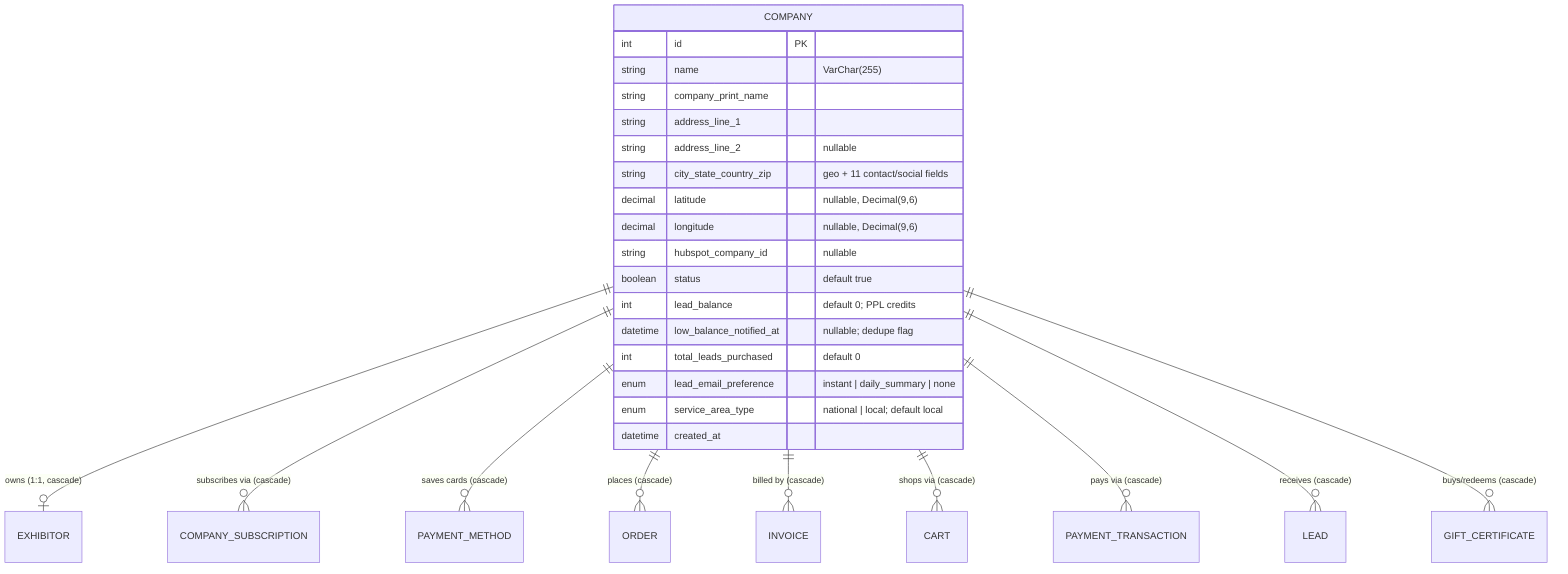
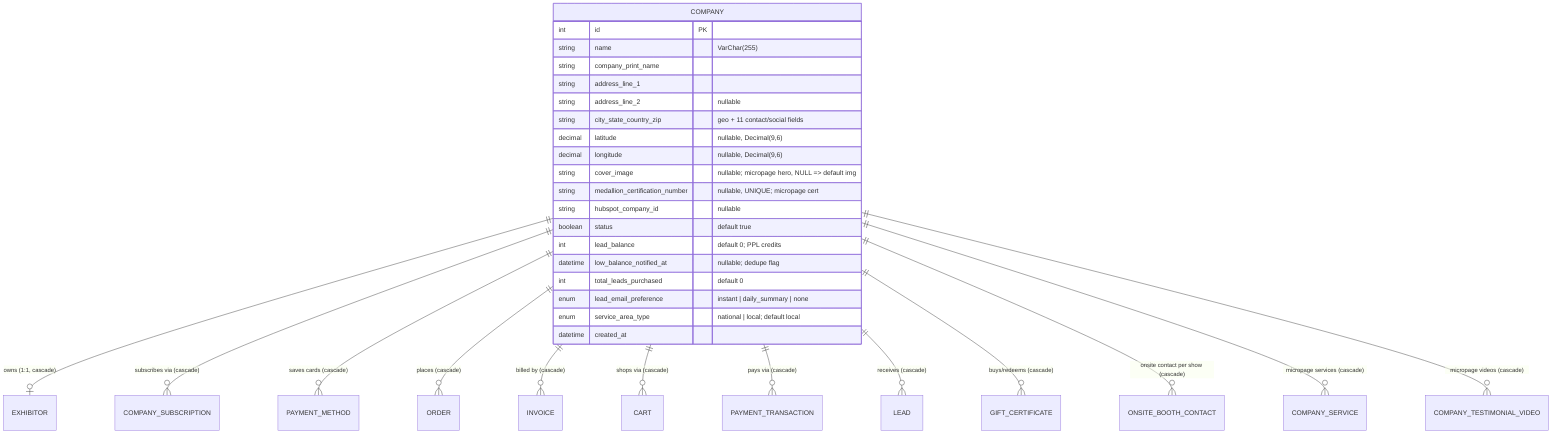
erDiagram
    COMPANY                  ||--o| EXHIBITOR : "owns (1:1, cascade)"
    COMPANY                  ||--o{ COMPANY_SUBSCRIPTION : "subscribes via (cascade)"
    COMPANY                  ||--o{ PAYMENT_METHOD : "saves cards (cascade)"
    COMPANY                  ||--o{ ORDER : "places (cascade)"
    COMPANY                  ||--o{ INVOICE : "billed by (cascade)"
    COMPANY                  ||--o{ CART : "shops via (cascade)"
    COMPANY                  ||--o{ PAYMENT_TRANSACTION : "pays via (cascade)"
    COMPANY                  ||--o{ LEAD : "receives (cascade)"
    COMPANY                  ||--o{ GIFT_CERTIFICATE : "buys/redeems (cascade)"
+     COMPANY                  ||--o{ ONSITE_BOOTH_CONTACT : "onsite contact per show (cascade)"
+     COMPANY                  ||--o{ COMPANY_SERVICE : "micropage services (cascade)"
+     COMPANY                  ||--o{ COMPANY_TESTIMONIAL_VIDEO : "micropage videos (cascade)"

    COMPANY {
        int id PK
        string name "VarChar(255)"
        string company_print_name
        string address_line_1
        string address_line_2 "nullable"
        string city_state_country_zip "geo + 11 contact/social fields"
        decimal latitude "nullable, Decimal(9,6)"
        decimal longitude "nullable, Decimal(9,6)"
+         string cover_image "nullable; micropage hero, NULL => default img"
+         string medallion_certification_number "nullable, UNIQUE; micropage cert"
        string hubspot_company_id "nullable"
        boolean status "default true"
        int lead_balance "default 0; PPL credits"
        datetime low_balance_notified_at "nullable; dedupe flag"
        int total_leads_purchased "default 0"
        enum lead_email_preference "instant | daily_summary | none"
        enum service_area_type "national | local; default local"
        datetime created_at
    }
